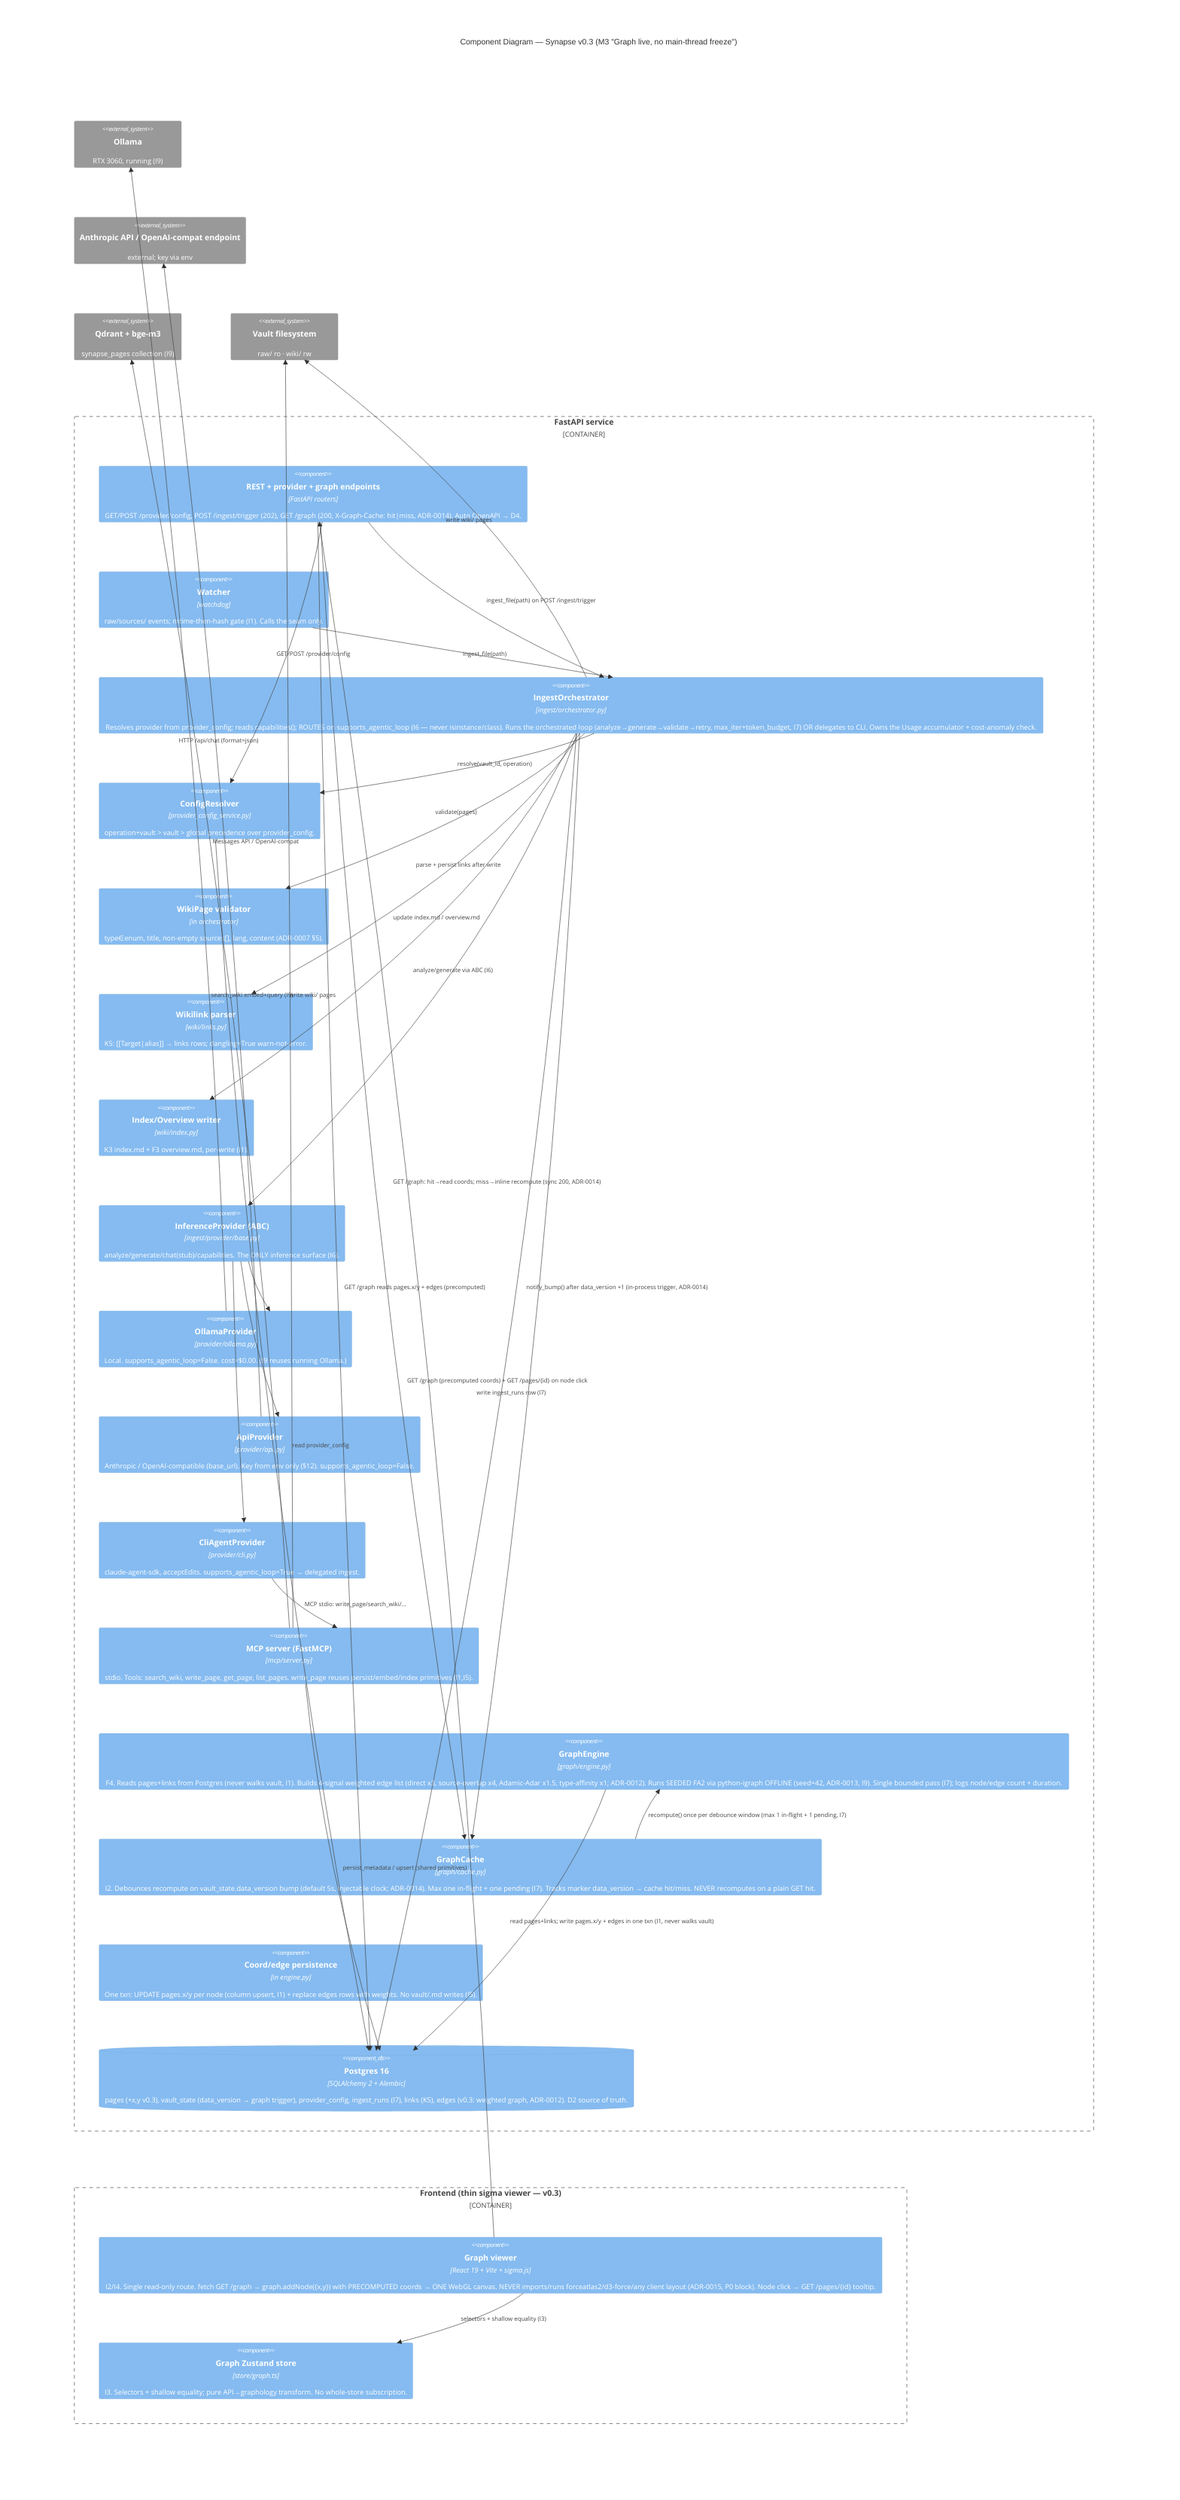
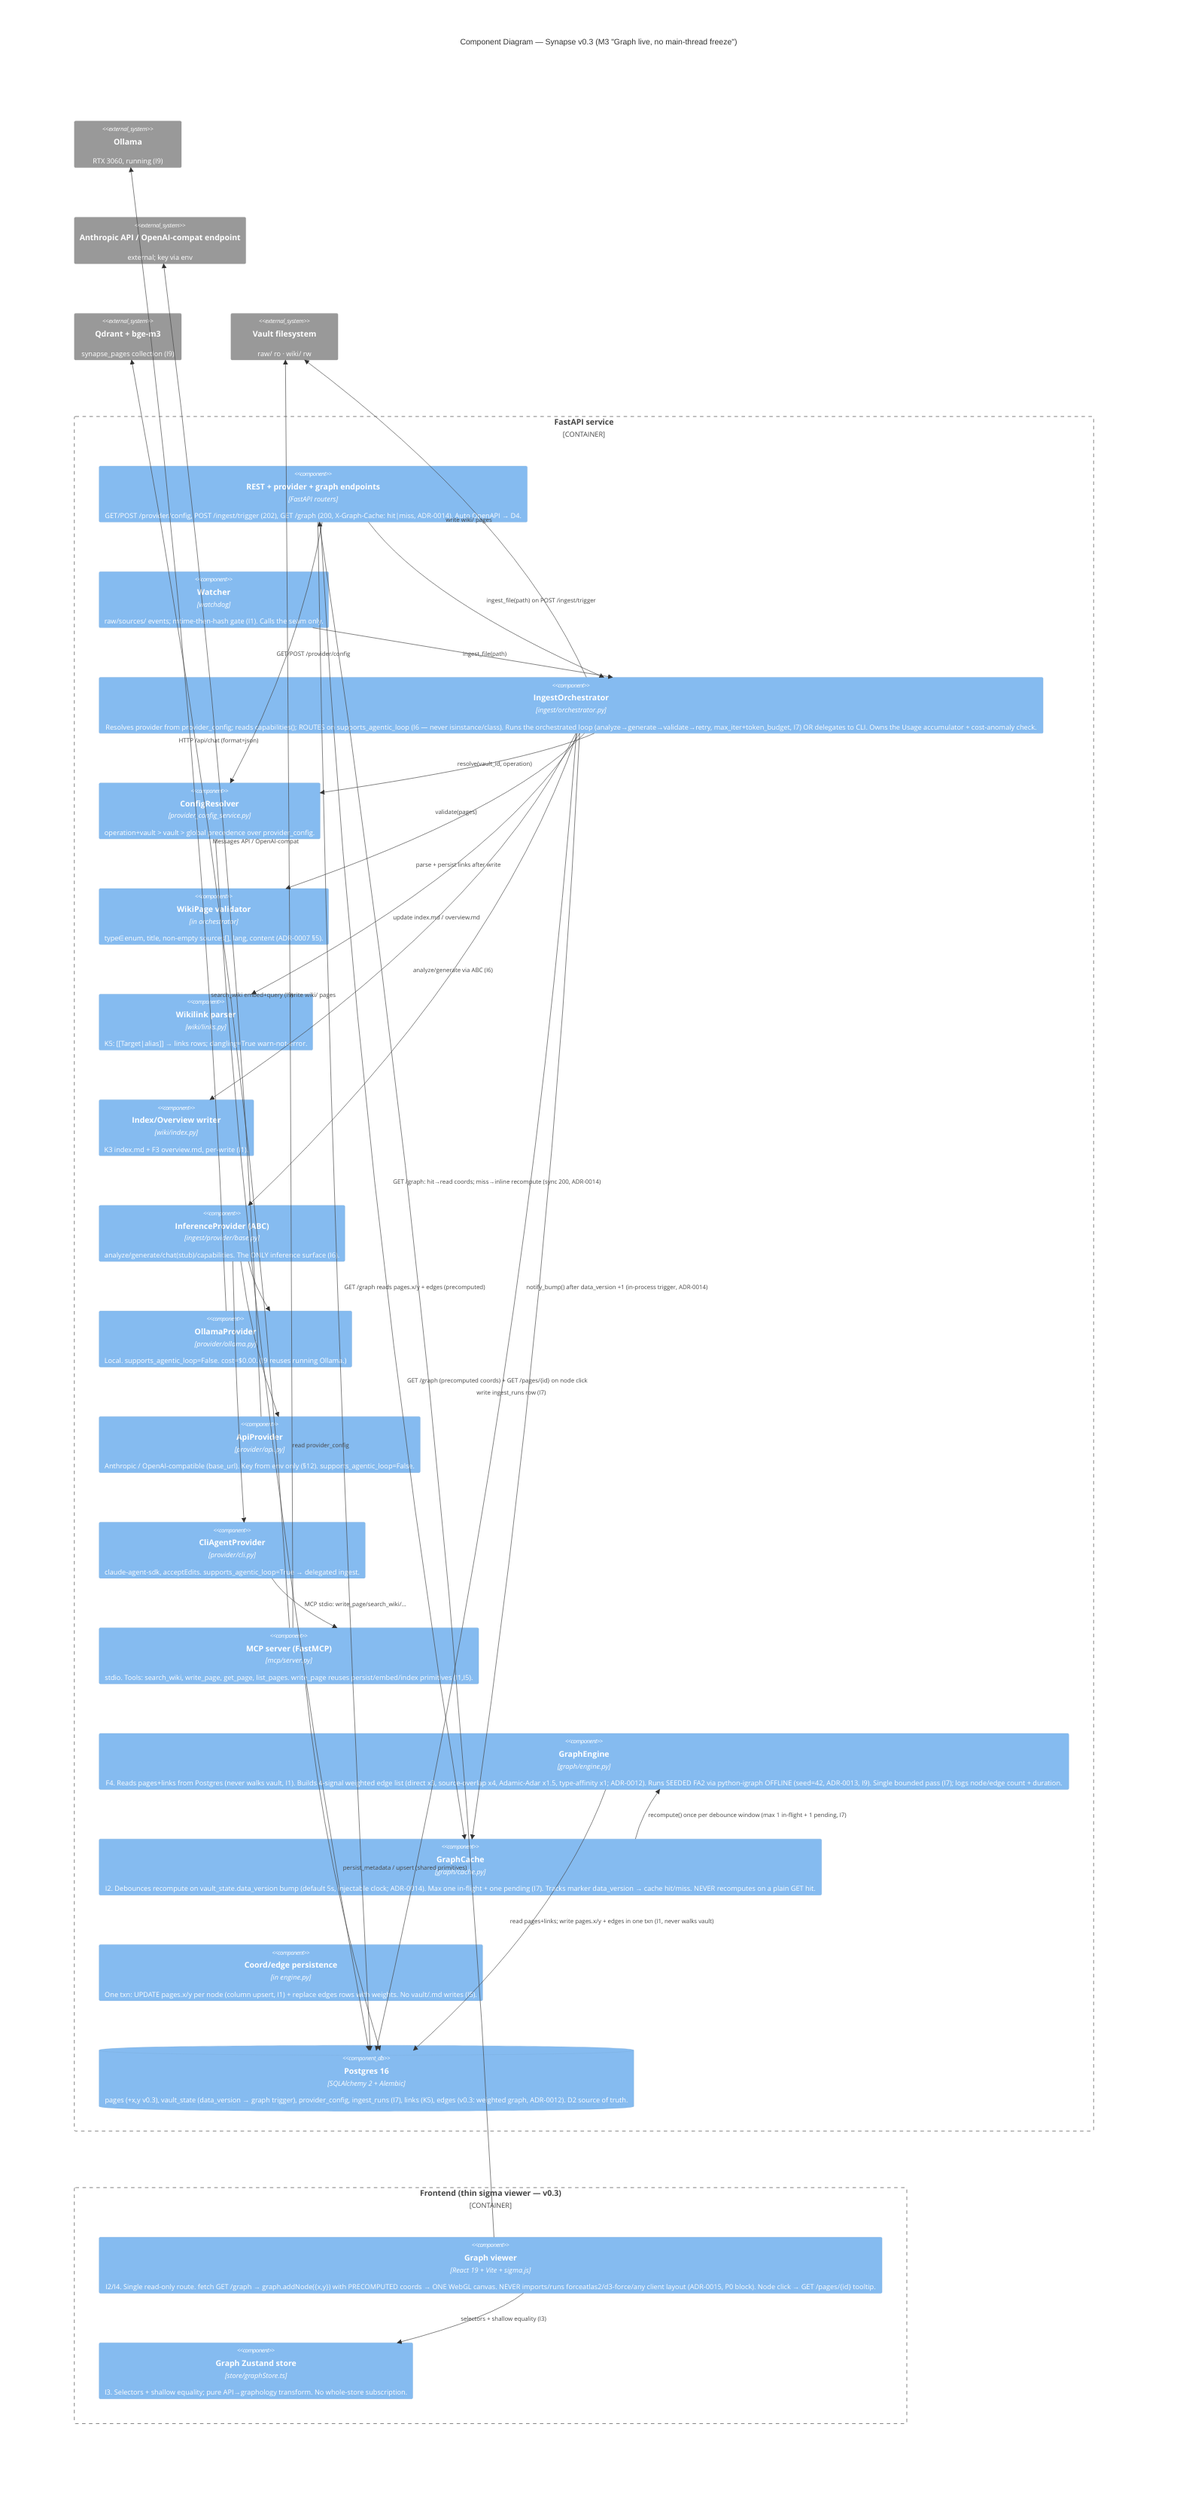
C4Component
    %% <!-- Generated: v0.3 sprint 3 | 2026-06-28 -->
    %% v0.3 adds the F4 graph engine + I2 cache + GET /graph + thin sigma viewer.
    %% I2: FA2 runs ONLY server-side (GraphEngine via igraph); coords persisted in pages.x/y;
    %% recompute debounced on vault_state.data_version (GraphCache); client renders precomputed
    %% coords in ONE WebGL canvas — NEVER a force layout on the UI main thread (ADR-0013/14/15).
    title Component Diagram — Synapse v0.3 (M3 "Graph live, no main-thread freeze")

    Container_Boundary(api, "FastAPI service") {
        Component(rest, "REST + provider + graph endpoints", "FastAPI routers", "GET/POST /provider/config, POST /ingest/trigger (202), GET /graph (200, X-Graph-Cache: hit|miss, ADR-0014). Auto OpenAPI → D4.")
        Component(watcher, "Watcher", "watchdog", "raw/sources/ events; mtime-then-hash gate (I1). Calls the seam only.")
        Component(orch, "IngestOrchestrator", "ingest/orchestrator.py", "Resolves provider from provider_config; reads capabilities(); ROUTES on supports_agentic_loop (I6 — never isinstance/class). Runs the orchestrated loop (analyze→generate→validate→retry, max_iter+token_budget, I7) OR delegates to CLI. Owns the Usage accumulator + cost-anomaly check.")
        Component(resolver, "ConfigResolver", "provider_config_service.py", "operation+vault > vault > global precedence over provider_config.")
        Component(validator, "WikiPage validator", "in orchestrator", "type∈enum, title, non-empty sources[], lang, content (ADR-0007 §5).")
        Component(k5, "Wikilink parser", "wiki/links.py", "K5: [[Target|alias]] → links rows; dangling=True warn-not-error.")
        Component(k3, "Index/Overview writer", "wiki/index.py", "K3 index.md + F3 overview.md, per-write (I1).")
        Component(prov, "InferenceProvider (ABC)", "ingest/provider/base.py", "analyze/generate/chat(stub)/capabilities. The ONLY inference surface (I6).")
        Component(ollama, "OllamaProvider", "provider/ollama.py", "Local. supports_agentic_loop=False. cost=$0.00. (I9 reuses running Ollama.)")
        Component(apip, "ApiProvider", "provider/api.py", "Anthropic / OpenAI-compatible (base_url). Key from env only (§12). supports_agentic_loop=False.")
        Component(clip, "CliAgentProvider", "provider/cli.py", "claude-agent-sdk, acceptEdits. supports_agentic_loop=True → delegated ingest.")
        Component(mcp, "MCP server (FastMCP)", "mcp/server.py", "stdio. Tools: search_wiki, write_page, get_page, list_pages. write_page reuses persist/embed/index primitives (I1,I5).")
        Component(gengine, "GraphEngine", "graph/engine.py", "F4. Reads pages+links from Postgres (never walks vault, I1). Builds 4-signal weighted edge list (direct x3, source-overlap x4, Adamic-Adar x1.5, type-affinity x1; ADR-0012). Runs SEEDED FA2 via python-igraph OFFLINE (seed=42, ADR-0013, I9). Single bounded pass (I7); logs node/edge count + duration.")
        Component(gcache, "GraphCache", "graph/cache.py", "I2. Debounces recompute on vault_state.data_version bump (default 5s, injectable clock; ADR-0014). Max one in-flight + one pending (I7). Tracks marker data_version → cache hit/miss. NEVER recomputes on a plain GET hit.")
        Component(gpersist, "Coord/edge persistence", "in engine.py", "One txn: UPDATE pages.x/y per node (column upsert, I1) + replace edges rows with weights. No vault/.md writes (I5).")
        ComponentDb(pg, "Postgres 16", "SQLAlchemy 2 + Alembic", "pages (+x,y v0.3), vault_state (data_version → graph trigger), provider_config, ingest_runs (I7), links (K5), edges (v0.3: weighted graph, ADR-0012). D2 source of truth.")
    }

    Container_Boundary(fe, "Frontend (thin sigma viewer — v0.3)") {
        Component(viewer, "Graph viewer", "React 19 + Vite + sigma.js", "I2/I4. Single read-only route. fetch GET /graph → graph.addNode({x,y}) with PRECOMPUTED coords → ONE WebGL canvas. NEVER imports/runs forceatlas2/d3-force/any client layout (ADR-0015, P0 block). Node click → GET /pages/{id} tooltip.")
-         Component(gstore, "Graph Zustand store", "store/graph.ts", "I3. Selectors + shallow equality; pure API→graphology transform. No whole-store subscription.")
+         Component(gstore, "Graph Zustand store", "store/graphStore.ts", "I3. Selectors + shallow equality; pure API→graphology transform. No whole-store subscription.")
    }

    System_Ext(ollamasvc, "Ollama", "RTX 3060, running (I9)")
    System_Ext(anthropic, "Anthropic API / OpenAI-compat endpoint", "external; key via env")
    System_Ext(qdrant, "Qdrant + bge-m3", "synapse_pages collection (I9)")
    System_Ext(vaultfs, "Vault filesystem", "raw/ ro · wiki/ rw")

    Rel(watcher, orch, "ingest_file(path)")
    Rel(rest, orch, "ingest_file(path) on POST /ingest/trigger")
    Rel(rest, resolver, "GET/POST /provider/config")
    Rel(orch, resolver, "resolve(vault_id, operation)")
    Rel(resolver, pg, "read provider_config")
    Rel(orch, prov, "analyze/generate via ABC (I6)")
    Rel(orch, validator, "validate(pages)")
    Rel(orch, k5, "parse + persist links after write")
    Rel(orch, k3, "update index.md / overview.md")
    Rel(orch, pg, "write ingest_runs row (I7)")
    Rel(prov, ollama, "")
    Rel(prov, apip, "")
    Rel(prov, clip, "")
    Rel(ollama, ollamasvc, "HTTP /api/chat (format=json)")
    Rel(apip, anthropic, "Messages API / OpenAI-compat")
    Rel(clip, mcp, "MCP stdio: write_page/search_wiki/...")
    Rel(mcp, pg, "persist_metadata / upsert (shared primitives)")
    Rel(mcp, qdrant, "search_wiki embed+query (I9)")
    Rel(orch, vaultfs, "write wiki/ pages")
    Rel(mcp, vaultfs, "write wiki/ pages")

    %% v0.3 F4 graph relations
    Rel(orch, gcache, "notify_bump() after data_version +1 (in-process trigger, ADR-0014)")
    Rel(gcache, gengine, "recompute() once per debounce window (max 1 in-flight + 1 pending, I7)")
    Rel(gengine, pg, "read pages+links; write pages.x/y + edges in one txn (I1, never walks vault)")
    Rel(rest, gcache, "GET /graph: hit→read coords; miss→inline recompute (sync 200, ADR-0014)")
    Rel(rest, pg, "GET /graph reads pages.x/y + edges (precomputed)")
    Rel(viewer, rest, "GET /graph (precomputed coords) + GET /pages/{id} on node click")
    Rel(viewer, gstore, "selectors + shallow equality (I3)")

    UpdateLayoutConfig($c4ShapeInRow="3", $c4BoundaryInRow="1")
